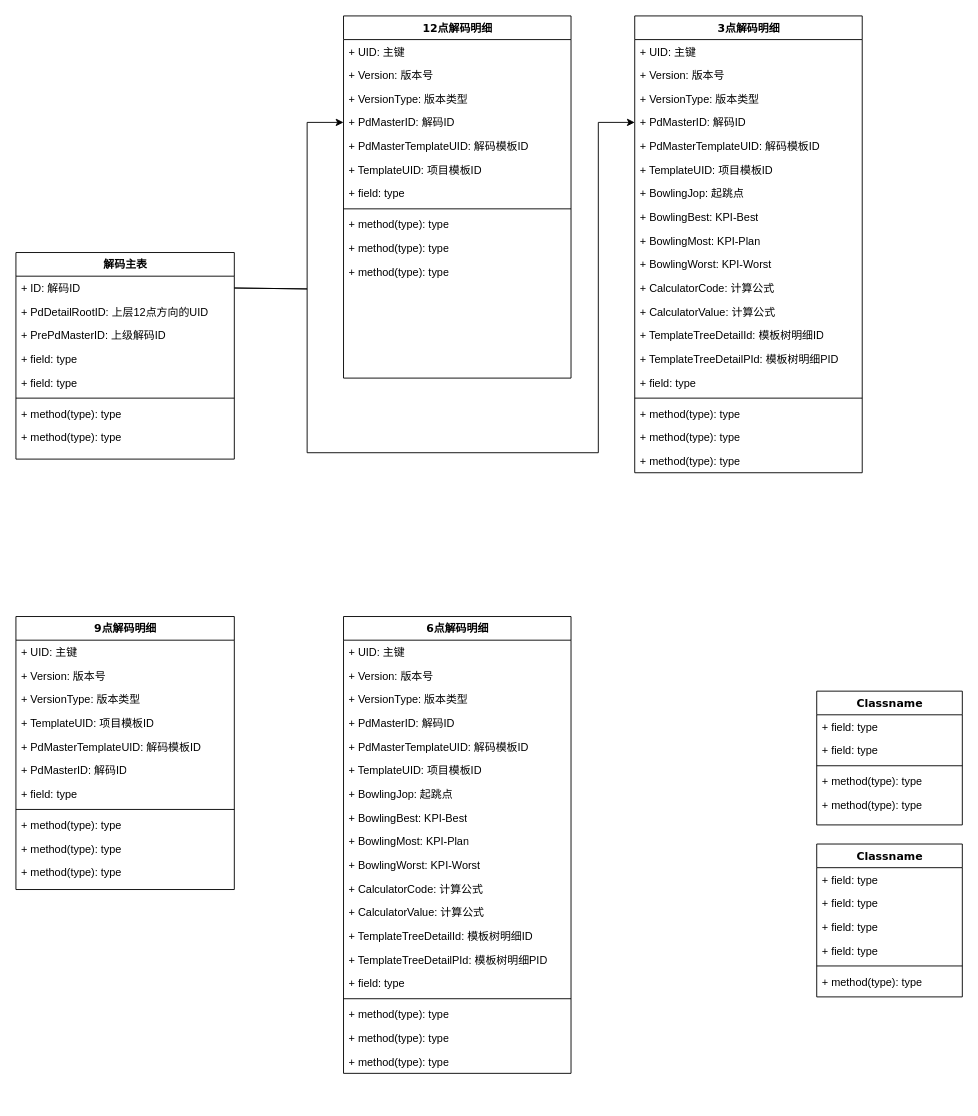
Before: 未命名绘图.drawio in yunhaicaomei/drawio, a draw.io diagram. Source tidied: cells renumbered, new cells numbered last; positions are measured from the earlier drawing's top-left corner, leaving out a move shared by most shapes. Both pictures are drawn from the tidied source at 91%, with x=0, y=0 at pixel (15, 15).
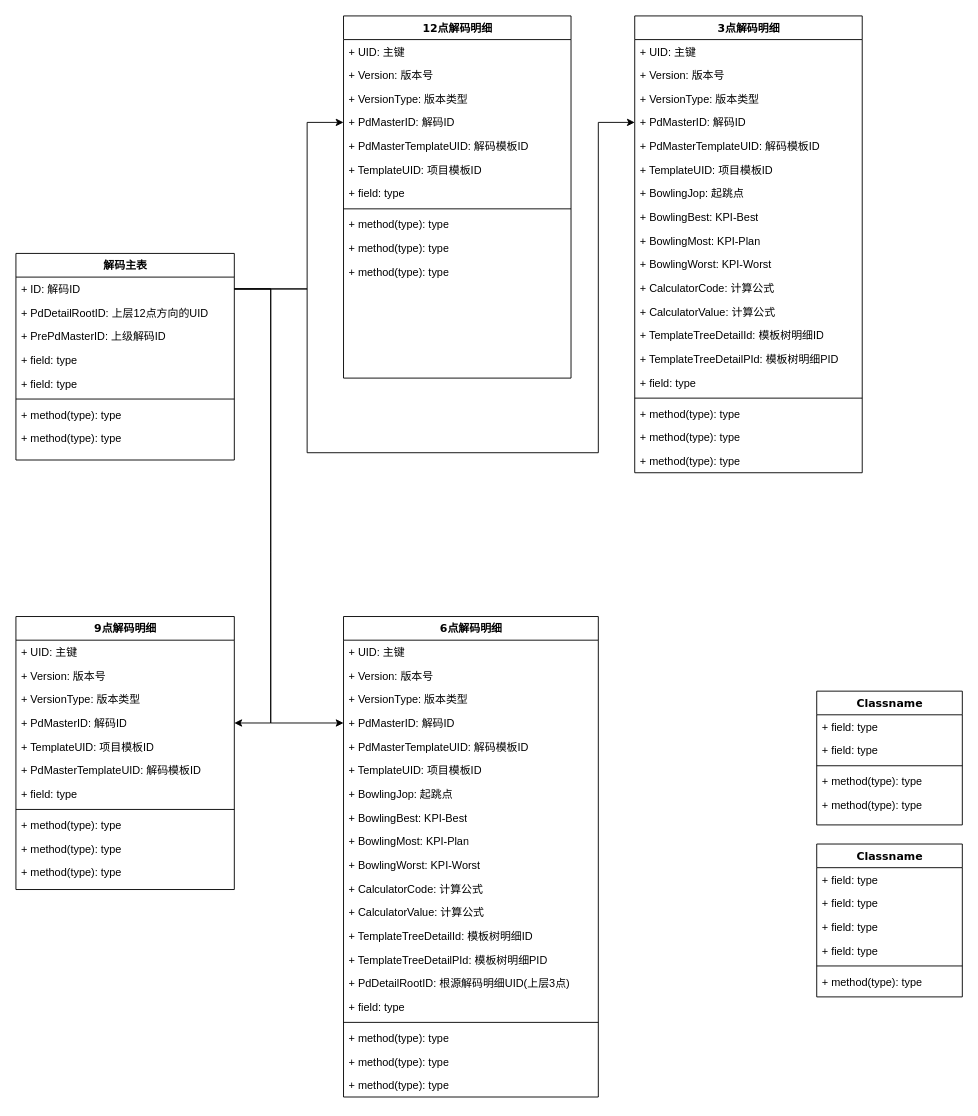
Above is the later version.

Commit message:
更新未命名绘图.drawio

Unchanged cells that the change refers to:
```xml
<mxCell id="3" value="+ ID: 解码ID" style="text;html=1;strokeColor=none;fillColor=none;align=left;verticalAlign=top;spacingLeft=4;spacingRight=4;whiteSpace=wrap;overflow=hidden;points=[[0,0.5],[1,0.5]];portConstraint=eastwest;" parent="2" vertex="1">
  <mxGeometry y="26" width="240" height="26" as="geometry" />
</mxCell>
<mxCell id="23" value="9点解码明细" style="swimlane;html=1;fontStyle=1;align=center;verticalAlign=top;horizontal=1;startSize=26;swimlaneFillColor=#ffffff;rounded=0;shadow=0;comic=0;labelBackgroundColor=none;strokeWidth=1;fillColor=none;fontFamily=Verdana;fontSize=12;" parent="1" vertex="1">
  <mxGeometry y="660" width="240" height="300" as="geometry" />
</mxCell>
```

The edit, as a diff of the source:
```diff
@@
     <mxCell id="2" value="解码主表" style="swimlane;html=1;fontStyle=1;align=center;verticalAlign=top;horizontal=1;startSize=26;swimlaneFillColor=#ffffff;rounded=0;shadow=0;comic=0;labelBackgroundColor=none;strokeWidth=1;fillColor=none;fontFamily=Verdana;fontSize=12;" parent="1" vertex="1">
-      <mxGeometry y="260" width="240" height="227" as="geometry" />
+      <mxGeometry y="261" width="240" height="227" as="geometry" />
     </mxCell>
@@
+    <mxCell id="29" value="+ PdMasterID: 解码ID" style="text;html=1;strokeColor=none;fillColor=none;align=left;verticalAlign=top;spacingLeft=4;spacingRight=4;whiteSpace=wrap;overflow=hidden;points=[[0,0.5],[1,0.5]];portConstraint=eastwest;" parent="23" vertex="1">
+      <mxGeometry y="104" width="240" height="26" as="geometry" />
+    </mxCell>
     <mxCell id="27" value="+ TemplateUID: 项目模板ID" style="text;html=1;strokeColor=none;fillColor=none;align=left;verticalAlign=top;spacingLeft=4;spacingRight=4;whiteSpace=wrap;overflow=hidden;" parent="23" vertex="1">
-      <mxGeometry y="104" width="240" height="26" as="geometry" />
+      <mxGeometry y="130" width="240" height="26" as="geometry" />
     </mxCell>
     <mxCell id="28" value="+ PdMasterTemplateUID: 解码模板ID" style="text;html=1;strokeColor=none;fillColor=none;align=left;verticalAlign=top;spacingLeft=4;spacingRight=4;whiteSpace=wrap;overflow=hidden;" parent="23" vertex="1">
-      <mxGeometry y="130" width="240" height="26" as="geometry" />
+      <mxGeometry y="156" width="240" height="26" as="geometry" />
     </mxCell>
-    <mxCell id="29" value="+ PdMasterID: 解码ID" style="text;html=1;strokeColor=none;fillColor=none;align=left;verticalAlign=top;spacingLeft=4;spacingRight=4;whiteSpace=wrap;overflow=hidden;points=[[0,0.5],[1,0.5]];portConstraint=eastwest;" parent="23" vertex="1">
-      <mxGeometry y="156" width="240" height="26" as="geometry" />
-    </mxCell>
@@
     <mxCell id="70" value="6点解码明细" style="swimlane;html=1;fontStyle=1;align=center;verticalAlign=top;horizontal=1;startSize=26;swimlaneFillColor=#ffffff;rounded=0;shadow=0;comic=0;labelBackgroundColor=none;strokeWidth=1;fillColor=none;fontFamily=Verdana;fontSize=12;" parent="1" vertex="1">
-      <mxGeometry x="360" y="660" width="250" height="502" as="geometry" />
+      <mxGeometry x="360" y="660" width="280" height="528" as="geometry" />
     </mxCell>
     <mxCell id="71" value="+ UID: 主键" style="text;html=1;strokeColor=none;fillColor=none;align=left;verticalAlign=top;spacingLeft=4;spacingRight=4;whiteSpace=wrap;overflow=hidden;" parent="70" vertex="1">
-      <mxGeometry y="26" width="250" height="26" as="geometry" />
+      <mxGeometry y="26" width="280" height="26" as="geometry" />
     </mxCell>
     <mxCell id="72" value="+ Version: 版本号" style="text;html=1;strokeColor=none;fillColor=none;align=left;verticalAlign=top;spacingLeft=4;spacingRight=4;whiteSpace=wrap;overflow=hidden;" parent="70" vertex="1">
-      <mxGeometry y="52" width="250" height="26" as="geometry" />
+      <mxGeometry y="52" width="280" height="26" as="geometry" />
     </mxCell>
     <mxCell id="73" value="+ VersionType: 版本类型" style="text;html=1;strokeColor=none;fillColor=none;align=left;verticalAlign=top;spacingLeft=4;spacingRight=4;whiteSpace=wrap;overflow=hidden;" parent="70" vertex="1">
-      <mxGeometry y="78" width="250" height="26" as="geometry" />
+      <mxGeometry y="78" width="280" height="26" as="geometry" />
     </mxCell>
     <mxCell id="74" value="+ PdMasterID: 解码ID" style="text;html=1;strokeColor=none;fillColor=none;align=left;verticalAlign=top;spacingLeft=4;spacingRight=4;whiteSpace=wrap;overflow=hidden;points=[[0,0.5],[1,0.5]];portConstraint=eastwest;" parent="70" vertex="1">
-      <mxGeometry y="104" width="250" height="26" as="geometry" />
+      <mxGeometry y="104" width="280" height="26" as="geometry" />
     </mxCell>
     <mxCell id="75" value="+ PdMasterTemplateUID: 解码模板ID" style="text;html=1;strokeColor=none;fillColor=none;align=left;verticalAlign=top;spacingLeft=4;spacingRight=4;whiteSpace=wrap;overflow=hidden;" parent="70" vertex="1">
-      <mxGeometry y="130" width="250" height="26" as="geometry" />
+      <mxGeometry y="130" width="280" height="26" as="geometry" />
     </mxCell>
     <mxCell id="76" value="+ TemplateUID: 项目模板ID" style="text;html=1;strokeColor=none;fillColor=none;align=left;verticalAlign=top;spacingLeft=4;spacingRight=4;whiteSpace=wrap;overflow=hidden;" parent="70" vertex="1">
-      <mxGeometry y="156" width="250" height="26" as="geometry" />
+      <mxGeometry y="156" width="280" height="26" as="geometry" />
     </mxCell>
     <mxCell id="77" value="+ BowlingJop: 起跳点" style="text;html=1;strokeColor=none;fillColor=none;align=left;verticalAlign=top;spacingLeft=4;spacingRight=4;whiteSpace=wrap;overflow=hidden;" parent="70" vertex="1">
-      <mxGeometry y="182" width="250" height="26" as="geometry" />
+      <mxGeometry y="182" width="280" height="26" as="geometry" />
     </mxCell>
     <mxCell id="78" value="+ BowlingBest: KPI-Best" style="text;html=1;strokeColor=none;fillColor=none;align=left;verticalAlign=top;spacingLeft=4;spacingRight=4;whiteSpace=wrap;overflow=hidden;" parent="70" vertex="1">
-      <mxGeometry y="208" width="250" height="26" as="geometry" />
+      <mxGeometry y="208" width="280" height="26" as="geometry" />
     </mxCell>
     <mxCell id="79" value="+ BowlingMost: KPI-Plan" style="text;html=1;strokeColor=none;fillColor=none;align=left;verticalAlign=top;spacingLeft=4;spacingRight=4;whiteSpace=wrap;overflow=hidden;" parent="70" vertex="1">
-      <mxGeometry y="234" width="250" height="26" as="geometry" />
+      <mxGeometry y="234" width="280" height="26" as="geometry" />
     </mxCell>
     <mxCell id="80" value="+ BowlingWorst: KPI-Worst" style="text;html=1;strokeColor=none;fillColor=none;align=left;verticalAlign=top;spacingLeft=4;spacingRight=4;whiteSpace=wrap;overflow=hidden;" parent="70" vertex="1">
-      <mxGeometry y="260" width="250" height="26" as="geometry" />
+      <mxGeometry y="260" width="280" height="26" as="geometry" />
     </mxCell>
     <mxCell id="81" value="+ CalculatorCode: 计算公式" style="text;html=1;strokeColor=none;fillColor=none;align=left;verticalAlign=top;spacingLeft=4;spacingRight=4;whiteSpace=wrap;overflow=hidden;" parent="70" vertex="1">
-      <mxGeometry y="286" width="250" height="26" as="geometry" />
+      <mxGeometry y="286" width="280" height="26" as="geometry" />
     </mxCell>
     <mxCell id="82" value="+ CalculatorValue: 计算公式" style="text;html=1;strokeColor=none;fillColor=none;align=left;verticalAlign=top;spacingLeft=4;spacingRight=4;whiteSpace=wrap;overflow=hidden;" parent="70" vertex="1">
-      <mxGeometry y="312" width="250" height="26" as="geometry" />
+      <mxGeometry y="312" width="280" height="26" as="geometry" />
     </mxCell>
     <mxCell id="83" value="+ TemplateTreeDetailId: 模板树明细ID" style="text;html=1;strokeColor=none;fillColor=none;align=left;verticalAlign=top;spacingLeft=4;spacingRight=4;whiteSpace=wrap;overflow=hidden;" parent="70" vertex="1">
-      <mxGeometry y="338" width="250" height="26" as="geometry" />
+      <mxGeometry y="338" width="280" height="26" as="geometry" />
     </mxCell>
     <mxCell id="84" value="+ TemplateTreeDetailPId: 模板树明细PID" style="text;html=1;strokeColor=none;fillColor=none;align=left;verticalAlign=top;spacingLeft=4;spacingRight=4;whiteSpace=wrap;overflow=hidden;" parent="70" vertex="1">
-      <mxGeometry y="364" width="250" height="26" as="geometry" />
+      <mxGeometry y="364" width="280" height="26" as="geometry" />
     </mxCell>
-    <mxCell id="85" value="+ field: type" style="text;html=1;strokeColor=none;fillColor=none;align=left;verticalAlign=top;spacingLeft=4;spacingRight=4;whiteSpace=wrap;overflow=hidden;" parent="70" vertex="1">
-      <mxGeometry y="390" width="250" height="26" as="geometry" />
+    <mxCell id="85" value="+ PdDetailRootID: 根源解码明细UID(上层3点)" style="text;html=1;strokeColor=none;fillColor=none;align=left;verticalAlign=top;spacingLeft=4;spacingRight=4;whiteSpace=wrap;overflow=hidden;" parent="70" vertex="1">
+      <mxGeometry y="390" width="280" height="26" as="geometry" />
     </mxCell>
+    <mxCell id="91" value="+ field: type" style="text;html=1;strokeColor=none;fillColor=none;align=left;verticalAlign=top;spacingLeft=4;spacingRight=4;whiteSpace=wrap;overflow=hidden;" parent="70" vertex="1">
+      <mxGeometry y="416" width="280" height="26" as="geometry" />
+    </mxCell>
     <mxCell id="86" style="line;html=1;strokeWidth=1;fillColor=none;align=left;verticalAlign=middle;spacingTop=-1;spacingLeft=3;spacingRight=3;labelPosition=right;" parent="70" vertex="1">
-      <mxGeometry y="416" width="250" height="8" as="geometry" />
+      <mxGeometry y="442" width="280" height="8" as="geometry" />
     </mxCell>
     <mxCell id="87" value="+ method(type): type" style="text;html=1;strokeColor=none;fillColor=none;align=left;verticalAlign=top;spacingLeft=4;spacingRight=4;whiteSpace=wrap;overflow=hidden;" parent="70" vertex="1">
-      <mxGeometry y="424" width="250" height="26" as="geometry" />
+      <mxGeometry y="450" width="280" height="26" as="geometry" />
     </mxCell>
     <mxCell id="88" value="+ method(type): type" style="text;html=1;strokeColor=none;fillColor=none;align=left;verticalAlign=top;spacingLeft=4;spacingRight=4;whiteSpace=wrap;overflow=hidden;" parent="70" vertex="1">
-      <mxGeometry y="450" width="250" height="26" as="geometry" />
+      <mxGeometry y="476" width="280" height="26" as="geometry" />
     </mxCell>
     <mxCell id="89" value="+ method(type): type" style="text;html=1;strokeColor=none;fillColor=none;align=left;verticalAlign=top;spacingLeft=4;spacingRight=4;whiteSpace=wrap;overflow=hidden;" parent="70" vertex="1">
-      <mxGeometry y="476" width="250" height="26" as="geometry" />
+      <mxGeometry y="502" width="280" height="26" as="geometry" />
     </mxCell>
@@
+    <mxCell id="92" style="endArrow=classic;html=1;rounded=0;exitX=1;exitY=0.5;exitDx=0;exitDy=0;entryX=1;entryY=0.5;entryDx=0;entryDy=0;" parent="1" edge="1" source="3" target="29">
+      <mxGeometry relative="1" as="geometry">
+        <Array as="points">
+          <mxPoint x="280" y="300" />
+          <mxPoint x="280" y="590" />
+          <mxPoint x="280" y="777" />
+        </Array>
+      </mxGeometry>
+    </mxCell>
+    <mxCell id="93" style="endArrow=classic;html=1;rounded=0;exitX=1;exitY=0.5;exitDx=0;exitDy=0;entryX=0;entryY=0.5;entryDx=0;entryDy=0;" parent="1" edge="1" source="3" target="74">
+      <mxGeometry relative="1" as="geometry">
+        <Array as="points">
+          <mxPoint x="280" y="300" />
+          <mxPoint x="280" y="600" />
+          <mxPoint x="280" y="777" />
+        </Array>
+      </mxGeometry>
+    </mxCell>
```
